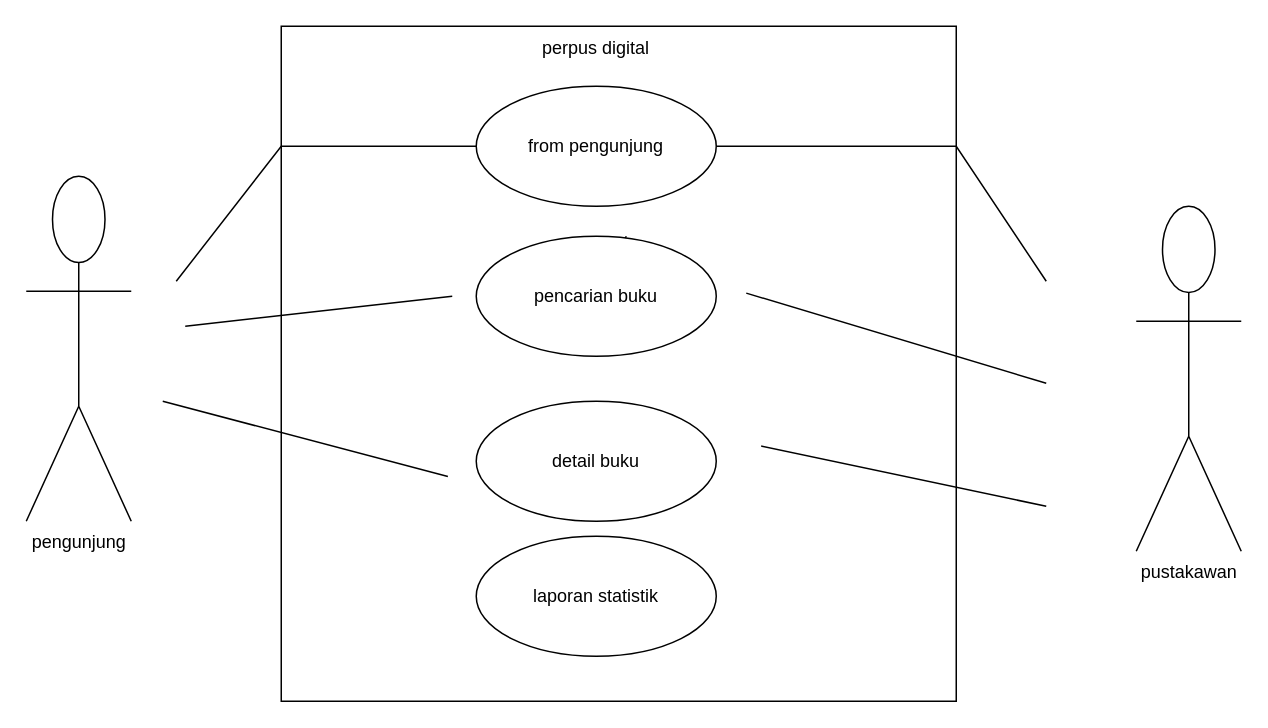
Earlier version of the draw.io diagram Diagram Tanpa Judul.drawio (HusniHadiyani/jobsheet). Source tidied: cells renumbered, new cells numbered last; positions are measured from the earlier drawing's top-left corner, leaving out a move shared by most shapes. Both pictures are drawn from the tidied source at 150%, with x=0, y=0 at pixel (26, 26).
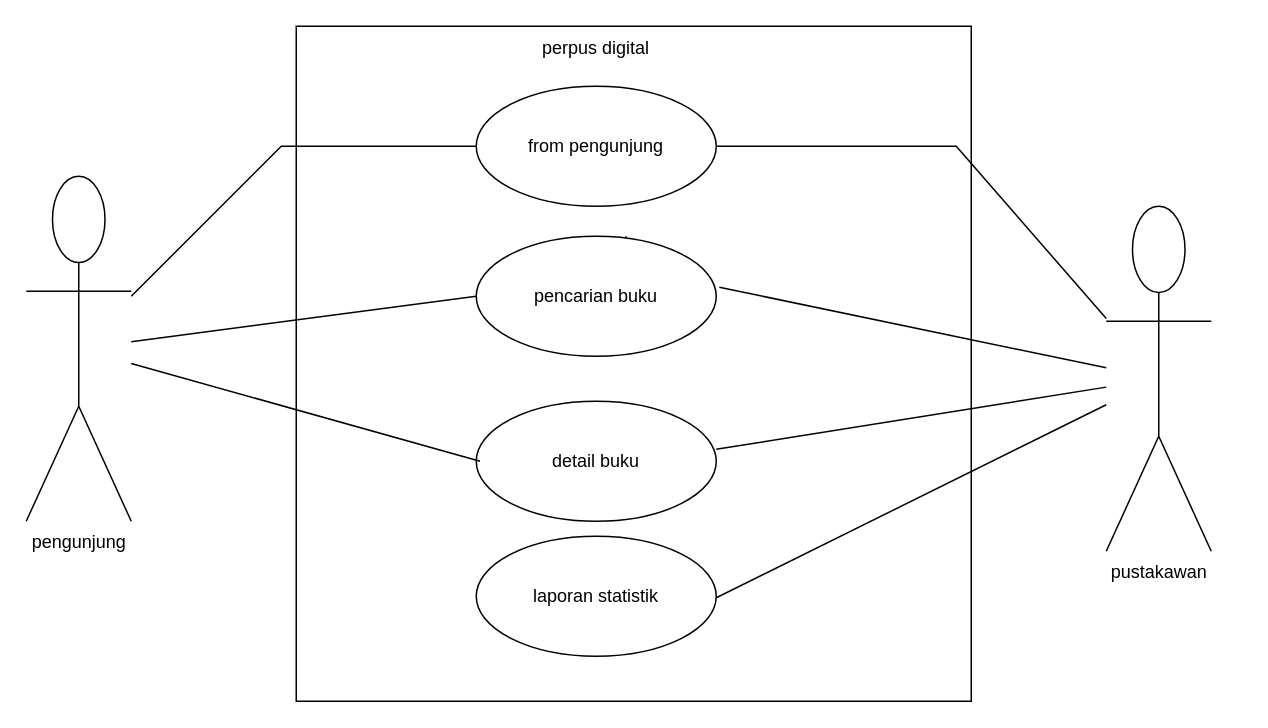
After the change.

Unchanged cells that the change refers to:
```xml
<mxCell id="4" value="from pengunjung" style="ellipse;whiteSpace=wrap;html=1;" parent="1" vertex="1">
  <mxGeometry x="300" y="40" width="160" height="80" as="geometry" />
</mxCell>
<mxCell id="5" value="pencarian buku" style="ellipse;whiteSpace=wrap;html=1;" parent="1" vertex="1">
  <mxGeometry x="300" y="140" width="160" height="80" as="geometry" />
</mxCell>
<mxCell id="6" value="detail buku" style="ellipse;whiteSpace=wrap;html=1;" parent="1" vertex="1">
  <mxGeometry x="300" y="250" width="160" height="80" as="geometry" />
</mxCell>
<mxCell id="16" value="pengunjung" style="shape=umlActor;verticalLabelPosition=bottom;verticalAlign=top;html=1;outlineConnect=0;" parent="1" vertex="1">
  <mxGeometry y="100" width="70" height="230" as="geometry" />
</mxCell>
```

The edit, as a diff of the source:
```diff
@@
     <mxCell id="2" style="whiteSpace=wrap;html=1;" parent="1" vertex="1">
-      <mxGeometry x="170" width="450" height="450" as="geometry" />
+      <mxGeometry x="180" width="450" height="450" as="geometry" />
     </mxCell>
@@
     <mxCell id="8" value="pustakawan" style="shape=umlActor;verticalLabelPosition=bottom;verticalAlign=top;html=1;outlineConnect=0;" parent="1" vertex="1">
-      <mxGeometry x="740" y="120" width="70" height="230" as="geometry" />
+      <mxGeometry x="720" y="120" width="70" height="230" as="geometry" />
     </mxCell>
-    <mxCell id="9" style="endArrow=none;html=1;rounded=0;entryX=0;entryY=0.5;entryDx=0;entryDy=0;" parent="1" edge="1" target="4">
+    <mxCell id="9" style="endArrow=none;html=1;rounded=0;entryX=0;entryY=0.5;entryDx=0;entryDy=0;" parent="1" edge="1" source="16" target="4">
       <mxGeometry relative="1" as="geometry">
-        <mxPoint x="100" y="170" as="sourcePoint" />
         <Array as="points">
           <mxPoint x="170" y="80" />
         </Array>
       </mxGeometry>
     </mxCell>
-    <mxCell id="10" style="endArrow=none;html=1;rounded=0;" parent="1" edge="1">
-      <mxGeometry relative="1" as="geometry">
-        <mxPoint x="106" y="200" as="sourcePoint" />
-        <mxPoint x="284" y="180" as="targetPoint" />
-      </mxGeometry>
+    <mxCell id="10" style="endArrow=none;html=1;rounded=0;entryX=0;entryY=0.5;entryDx=0;entryDy=0;" parent="1" edge="1" source="16" target="5">
+      <mxGeometry relative="1" as="geometry" />
     </mxCell>
-    <mxCell id="11" style="endArrow=none;html=1;rounded=0;entryX=0.278;entryY=0.667;entryDx=0;entryDy=0;entryPerimeter=0;" parent="1" edge="1">
+    <mxCell id="11" style="endArrow=none;html=1;rounded=0;" parent="1" edge="1" source="16">
       <mxGeometry relative="1" as="geometry">
-        <mxPoint x="91" y="250" as="sourcePoint" />
-        <mxPoint x="281.1" y="300.2" as="targetPoint" />
+        <mxPoint x="302.5" y="290" as="targetPoint" />
       </mxGeometry>
     </mxCell>
-    <mxCell id="12" style="endArrow=none;html=1;rounded=0;" parent="1" edge="1">
+    <mxCell id="12" style="endArrow=none;html=1;rounded=0;" parent="1" edge="1" source="8">
       <mxGeometry relative="1" as="geometry">
-        <mxPoint x="680" y="170" as="sourcePoint" />
         <mxPoint x="480" y="80" as="targetPoint" />
         <Array as="points">
           <mxPoint x="620" y="80" />
           <mxPoint x="480" y="80" />
           <mxPoint x="460" y="80" />
         </Array>
       </mxGeometry>
     </mxCell>
-    <mxCell id="13" style="endArrow=none;html=1;rounded=0;exitX=0.689;exitY=0.422;exitDx=0;exitDy=0;exitPerimeter=0;" parent="1" edge="1">
-      <mxGeometry relative="1" as="geometry">
-        <mxPoint x="480" y="177.9" as="sourcePoint" />
-        <mxPoint x="680" y="238" as="targetPoint" />
-      </mxGeometry>
+    <mxCell id="13" style="endArrow=none;html=1;rounded=0;exitX=1.013;exitY=0.425;exitDx=0;exitDy=0;exitPerimeter=0;" parent="1" edge="1" source="5" target="8">
+      <mxGeometry relative="1" as="geometry" />
     </mxCell>
@@
-    <mxCell id="15" style="endArrow=none;html=1;rounded=0;entryX=0.711;entryY=0.622;entryDx=0;entryDy=0;entryPerimeter=0;" parent="1" edge="1" target="2">
-      <mxGeometry relative="1" as="geometry">
-        <mxPoint x="680" y="320" as="sourcePoint" />
-      </mxGeometry>
+    <mxCell id="15" style="endArrow=none;html=1;rounded=0;entryX=1;entryY=0.4;entryDx=0;entryDy=0;entryPerimeter=0;" parent="1" edge="1" source="8" target="6">
+      <mxGeometry relative="1" as="geometry" />
     </mxCell>
@@
+    <mxCell id="17" style="endArrow=none;html=1;rounded=0;entryX=1;entryY=0.4;entryDx=0;entryDy=0;entryPerimeter=0;" parent="1" edge="1" source="8">
+      <mxGeometry relative="1" as="geometry">
+        <mxPoint x="460" y="381" as="targetPoint" />
+      </mxGeometry>
+    </mxCell>
```
